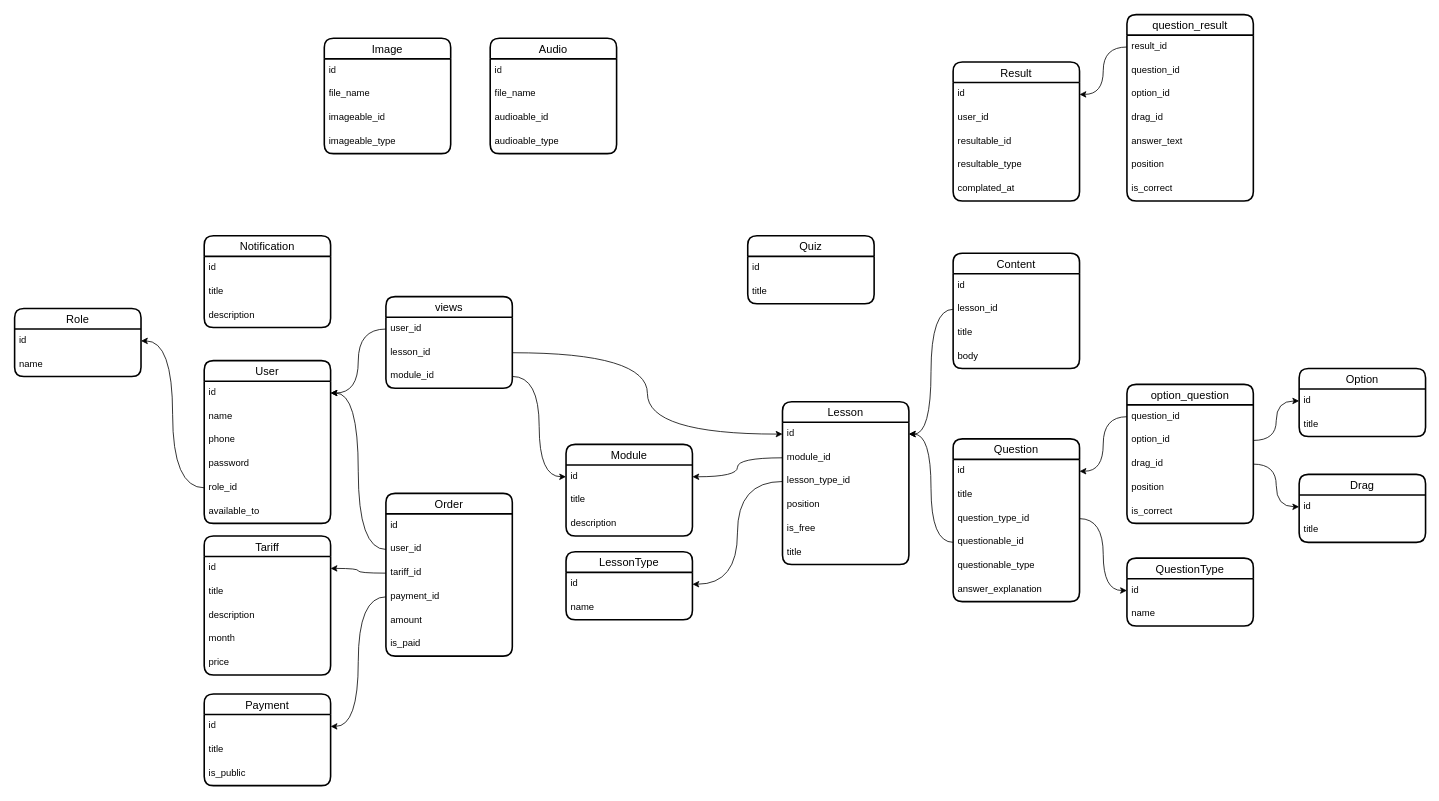
iztileuoff/databases keeps this draw.io diagram as karsoft-UMU.drawio. Above is the earlier version. Source tidied: cells renumbered, new cells numbered last; positions are measured from the earlier drawing's top-left corner, leaving out a move shared by most shapes. Both pictures are drawn from the tidied source at 79%, with x=0, y=0 at pixel (14, 14).
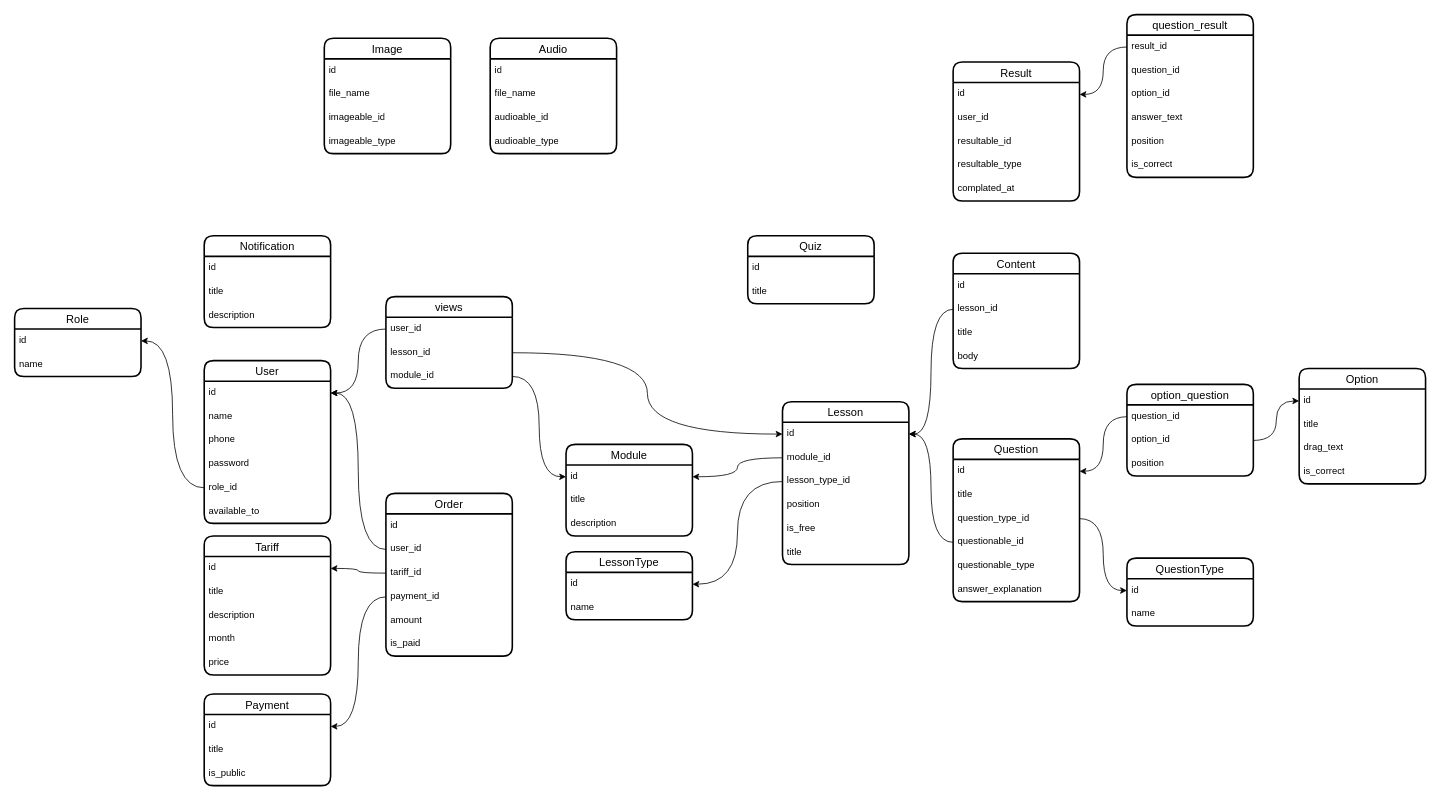
Above is the later version.

Change to the diagram source:
```diff
@@
     <mxCell id="16" value="Option" style="swimlane;fontStyle=0;horizontal=1;startSize=26;align=center;fontSize=14;strokeWidth=2;rounded=1;shadow=0;glass=0;swimlaneLine=1;" parent="1" vertex="1">
-      <mxGeometry x="1626" y="448" width="160" height="86" as="geometry" />
+      <mxGeometry x="1626" y="448" width="160" height="146" as="geometry" />
     </mxCell>
@@
+    <mxCell id="121" value="drag_text" style="text;strokeColor=none;fillColor=none;spacingLeft=4;spacingRight=4;overflow=hidden;fontSize=12;whiteSpace=wrap;html=1;" parent="16" vertex="1">
+      <mxGeometry y="86" width="160" height="30" as="geometry" />
+    </mxCell>
+    <mxCell id="24" value="is_correct" style="text;strokeColor=none;fillColor=none;spacingLeft=4;spacingRight=4;overflow=hidden;fontSize=12;whiteSpace=wrap;html=1;" parent="16" vertex="1">
+      <mxGeometry y="116" width="160" height="30" as="geometry" />
+    </mxCell>
     <mxCell id="19" value="option_question" style="swimlane;fontStyle=0;horizontal=1;startSize=26;align=center;fontSize=14;strokeWidth=2;rounded=1;shadow=0;glass=0;swimlaneLine=1;" parent="1" vertex="1">
-      <mxGeometry x="1408" y="468" width="160" height="176" as="geometry" />
+      <mxGeometry x="1408" y="468" width="160" height="116" as="geometry" />
     </mxCell>
@@
-    <mxCell id="22" value="drag_id" style="text;strokeColor=none;fillColor=none;spacingLeft=4;spacingRight=4;overflow=hidden;points=[[0,0.5],[1,0.5]];portConstraint=eastwest;fontSize=12;whiteSpace=wrap;html=1;" parent="19" vertex="1">
-      <mxGeometry y="86" width="160" height="30" as="geometry" />
-    </mxCell>
     <mxCell id="23" value="position" style="text;strokeColor=none;fillColor=none;spacingLeft=4;spacingRight=4;overflow=hidden;fontSize=12;whiteSpace=wrap;html=1;" parent="19" vertex="1">
-      <mxGeometry y="116" width="160" height="30" as="geometry" />
+      <mxGeometry y="86" width="160" height="30" as="geometry" />
     </mxCell>
-    <mxCell id="24" value="is_correct" style="text;strokeColor=none;fillColor=none;spacingLeft=4;spacingRight=4;overflow=hidden;fontSize=12;whiteSpace=wrap;html=1;" parent="19" vertex="1">
-      <mxGeometry y="146" width="160" height="30" as="geometry" />
-    </mxCell>
@@
-    <mxCell id="30" value="Drag" style="swimlane;fontStyle=0;horizontal=1;startSize=26;align=center;fontSize=14;strokeWidth=2;rounded=1;shadow=0;glass=0;swimlaneLine=1;" parent="1" vertex="1">
-      <mxGeometry x="1626" y="582" width="160" height="86" as="geometry" />
-    </mxCell>
-    <mxCell id="31" value="id" style="text;strokeColor=none;fillColor=none;spacingLeft=4;spacingRight=4;overflow=hidden;points=[[0,0.5],[1,0.5]];portConstraint=eastwest;fontSize=12;whiteSpace=wrap;html=1;" parent="30" vertex="1">
-      <mxGeometry y="26" width="160" height="30" as="geometry" />
-    </mxCell>
-    <mxCell id="32" value="title" style="text;strokeColor=none;fillColor=none;spacingLeft=4;spacingRight=4;overflow=hidden;fontSize=12;whiteSpace=wrap;html=1;" parent="30" vertex="1">
-      <mxGeometry y="56" width="160" height="30" as="geometry" />
-    </mxCell>
-    <mxCell id="33" style="edgeStyle=orthogonalEdgeStyle;rounded=0;jettySize=auto;html=1;entryX=0;entryY=0.5;entryDx=0;entryDy=0;curved=1;" parent="1" edge="1" source="22" target="31">
-      <mxGeometry relative="1" as="geometry" />
-    </mxCell>
@@
     <mxCell id="57" value="question_result" style="swimlane;fontStyle=0;horizontal=1;startSize=26;align=center;fontSize=14;strokeWidth=2;rounded=1;shadow=0;glass=0;swimlaneLine=1;" parent="1" vertex="1">
-      <mxGeometry x="1408" width="160" height="236" as="geometry" />
+      <mxGeometry x="1408" width="160" height="206" as="geometry" />
     </mxCell>
@@
-    <mxCell id="61" value="drag_id" style="text;strokeColor=none;fillColor=none;spacingLeft=4;spacingRight=4;overflow=hidden;fontSize=12;whiteSpace=wrap;html=1;" parent="57" vertex="1">
-      <mxGeometry y="116" width="160" height="30" as="geometry" />
-    </mxCell>
     <mxCell id="62" value="answer_text" style="text;strokeColor=none;fillColor=none;spacingLeft=4;spacingRight=4;overflow=hidden;fontSize=12;whiteSpace=wrap;html=1;" parent="57" vertex="1">
-      <mxGeometry y="146" width="160" height="30" as="geometry" />
+      <mxGeometry y="116" width="160" height="30" as="geometry" />
     </mxCell>
     <mxCell id="63" value="position" style="text;strokeColor=none;fillColor=none;spacingLeft=4;spacingRight=4;overflow=hidden;fontSize=12;whiteSpace=wrap;html=1;" parent="57" vertex="1">
-      <mxGeometry y="176" width="160" height="30" as="geometry" />
+      <mxGeometry y="146" width="160" height="30" as="geometry" />
     </mxCell>
     <mxCell id="64" value="is_correct" style="text;strokeColor=none;fillColor=none;spacingLeft=4;spacingRight=4;overflow=hidden;fontSize=12;whiteSpace=wrap;html=1;" parent="57" vertex="1">
-      <mxGeometry y="206" width="160" height="30" as="geometry" />
+      <mxGeometry y="176" width="160" height="30" as="geometry" />
     </mxCell>
```
